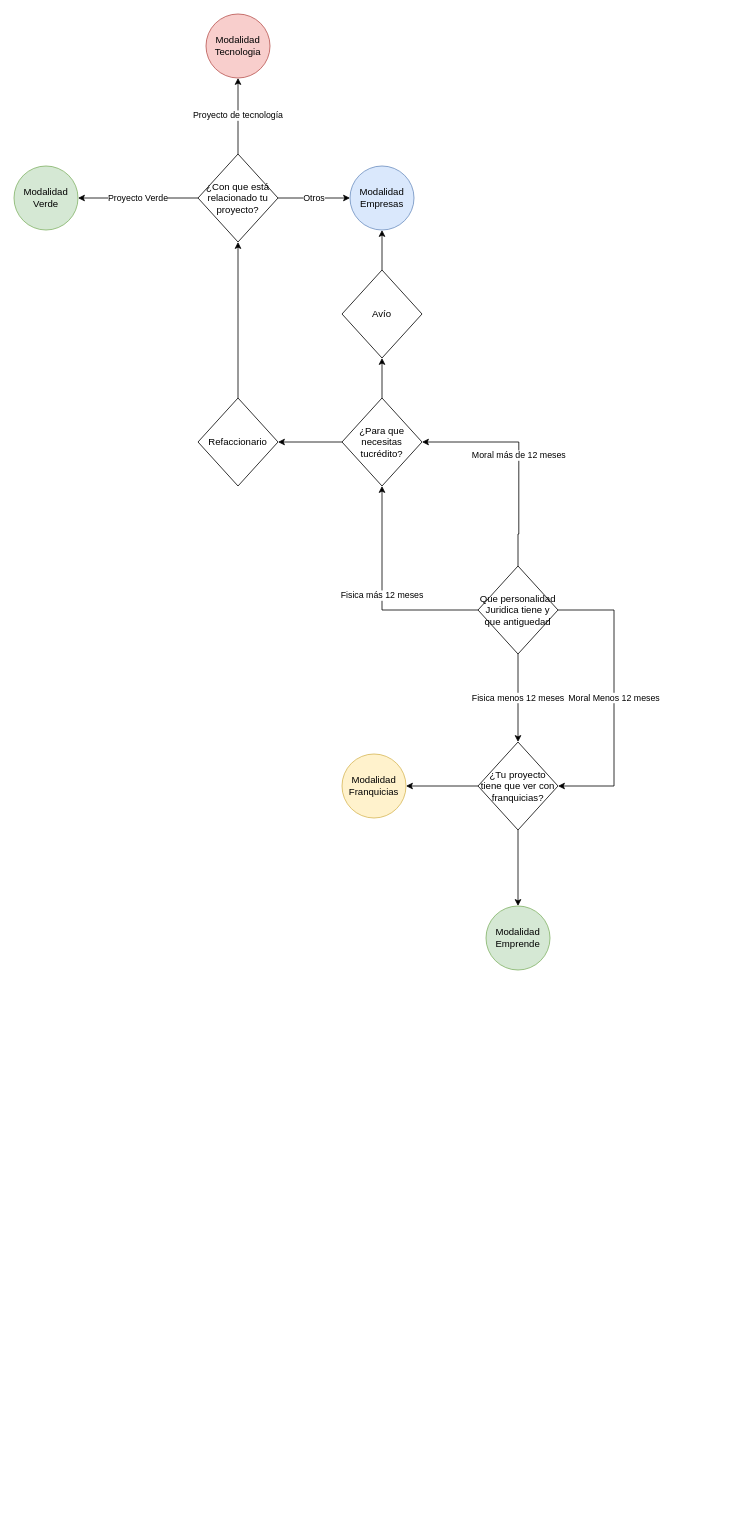
Before: Modalidad.drawio in FideapechSIDE/DiagramasDeFlujo, a draw.io diagram. Source tidied: cells renumbered, new cells numbered last; positions are measured from the earlier drawing's top-left corner, leaving out a move shared by most shapes. Both pictures are drawn from the tidied source at 80%, with x=0, y=0 at pixel (14, 14).
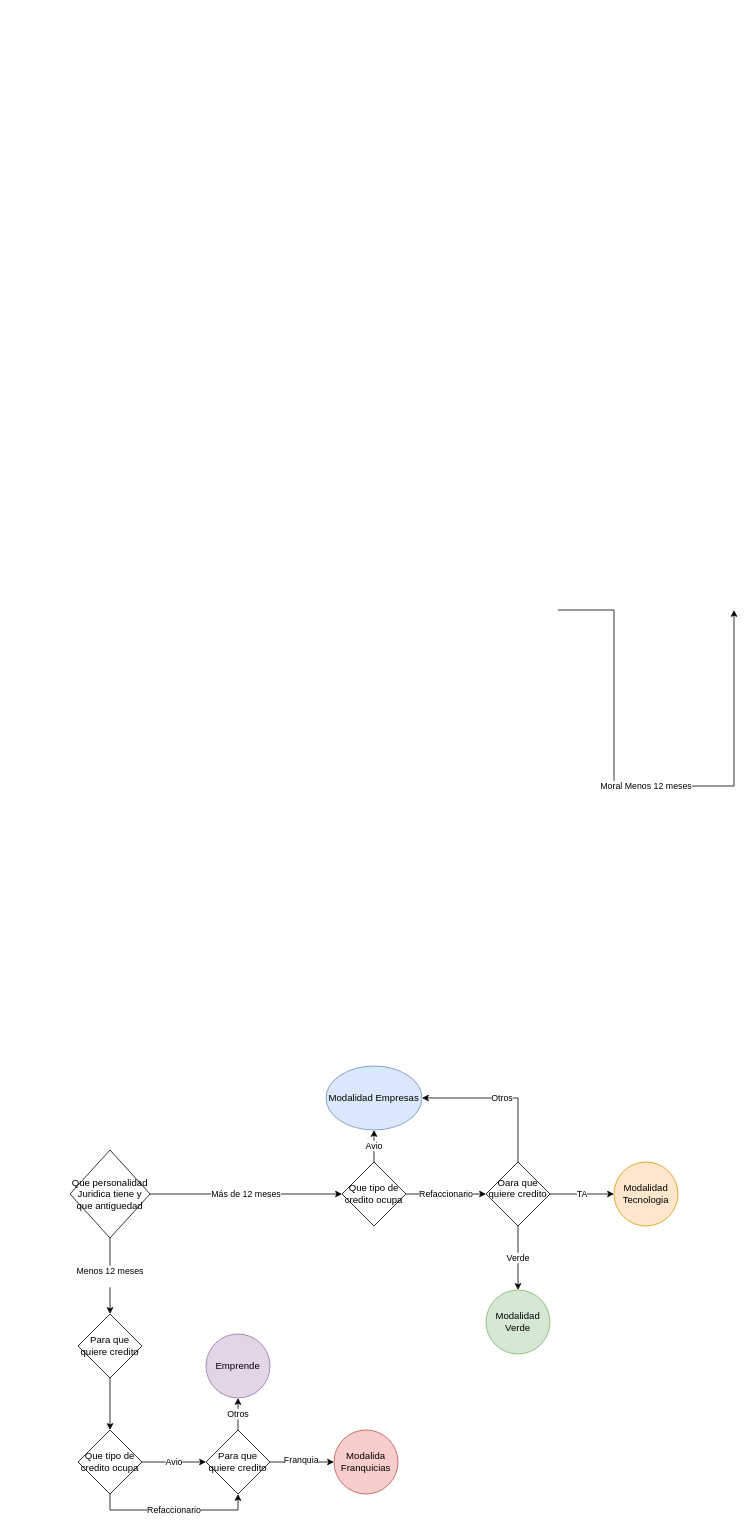
The same diagram, later.

The edit, as a diff of the source:
```diff
@@
-    <mxCell id="2" value="Moral más de 12 meses" style="edgeStyle=orthogonalEdgeStyle;rounded=0;jettySize=auto;html=1;entryX=1;entryY=0.5;entryDx=0;entryDy=0;" parent="1" edge="1" source="6" target="12">
-      <mxGeometry relative="1" as="geometry">
-        <Array as="points">
-          <mxPoint x="630" y="650" />
-          <mxPoint x="631" y="650" />
-          <mxPoint x="631" y="535" />
-        </Array>
-      </mxGeometry>
-    </mxCell>
-    <mxCell id="3" value="Moral Menos 12 meses" style="edgeStyle=orthogonalEdgeStyle;rounded=0;jettySize=auto;html=1;entryX=1;entryY=0.5;entryDx=0;entryDy=0;" parent="1" edge="1" source="6" target="9">
+    <mxCell id="3" value="Moral Menos 12 meses" style="edgeStyle=orthogonalEdgeStyle;rounded=0;orthogonalLoop=1;jettySize=auto;html=1;entryX=1;entryY=0.5;entryDx=0;entryDy=0;" parent="1" edge="1">
       <mxGeometry relative="1" as="geometry">
+        <mxPoint x="680" y="745" as="sourcePoint" />
+        <mxPoint x="900" y="745" as="targetPoint" />
         <Array as="points">
           <mxPoint x="750" y="745" />
           <mxPoint x="750" y="965" />
         </Array>
       </mxGeometry>
     </mxCell>
-    <mxCell id="4" value="&lt;div&gt;Fisica menos 12 meses&lt;/div&gt;" style="edgeStyle=orthogonalEdgeStyle;rounded=0;jettySize=auto;html=1;" parent="1" edge="1" source="6" target="9">
-      <mxGeometry relative="1" as="geometry" />
-    </mxCell>
-    <mxCell id="5" value="&lt;div&gt;Fisica más 12 meses&lt;/div&gt;" style="edgeStyle=orthogonalEdgeStyle;rounded=0;jettySize=auto;html=1;" parent="1" edge="1" source="6" target="12">
-      <mxGeometry relative="1" as="geometry" />
-    </mxCell>
+    <mxCell id="26" value="Más de 12 meses" style="edgeStyle=orthogonalEdgeStyle;rounded=0;jettySize=auto;html=1;" parent="1" edge="1" source="6" target="30">
+      <mxGeometry relative="1" as="geometry" />
+    </mxCell>
+    <mxCell id="27" value="&lt;div&gt;Menos 12 meses&lt;/div&gt;&lt;div&gt;&lt;br&gt;&lt;/div&gt;" style="edgeStyle=orthogonalEdgeStyle;rounded=0;jettySize=auto;html=1;" parent="1" edge="1" source="6" target="32">
+      <mxGeometry relative="1" as="geometry" />
+    </mxCell>
     <mxCell id="6" value="Que personalidad Juridica tiene y que antiguedad" style="rhombus;whiteSpace=wrap;html=1;" parent="1" vertex="1">
-      <mxGeometry x="580" y="690" width="100" height="110" as="geometry" />
+      <mxGeometry x="70" y="1420" width="100" height="110" as="geometry" />
     </mxCell>
-    <mxCell id="7" style="edgeStyle=orthogonalEdgeStyle;rounded=0;jettySize=auto;html=1;" parent="1" edge="1" source="9" target="13">
-      <mxGeometry relative="1" as="geometry" />
-    </mxCell>
-    <mxCell id="8" style="edgeStyle=orthogonalEdgeStyle;rounded=0;jettySize=auto;html=1;" parent="1" edge="1" source="9" target="14">
-      <mxGeometry relative="1" as="geometry" />
-    </mxCell>
-    <mxCell id="9" value="¿Tu proyecto tiene que ver con franquicias?" style="rhombus;whiteSpace=wrap;html=1;" parent="1" vertex="1">
-      <mxGeometry x="580" y="910" width="100" height="110" as="geometry" />
-    </mxCell>
-    <mxCell id="10" style="edgeStyle=orthogonalEdgeStyle;rounded=0;jettySize=auto;html=1;" parent="1" edge="1" source="12" target="16">
-      <mxGeometry relative="1" as="geometry" />
-    </mxCell>
-    <mxCell id="11" style="edgeStyle=orthogonalEdgeStyle;rounded=0;jettySize=auto;html=1;" parent="1" edge="1" source="12" target="19">
-      <mxGeometry relative="1" as="geometry" />
-    </mxCell>
-    <mxCell id="12" value="¿Para que necesitas tucrédito?" style="rhombus;whiteSpace=wrap;html=1;" parent="1" vertex="1">
-      <mxGeometry x="410" y="480" width="100" height="110" as="geometry" />
-    </mxCell>
-    <mxCell id="13" value="Modalidad Emprende" style="ellipse;whiteSpace=wrap;html=1;fillColor=#d5e8d4;strokeColor=#82b366;" parent="1" vertex="1">
-      <mxGeometry x="590" y="1115" width="80" height="80" as="geometry" />
-    </mxCell>
-    <mxCell id="14" value="Modalidad Franquicias" style="ellipse;whiteSpace=wrap;html=1;fillColor=#fff2cc;strokeColor=#d6b656;" parent="1" vertex="1">
-      <mxGeometry x="410" y="925" width="80" height="80" as="geometry" />
-    </mxCell>
-    <mxCell id="15" style="edgeStyle=orthogonalEdgeStyle;rounded=0;jettySize=auto;html=1;" parent="1" edge="1" source="16" target="17">
-      <mxGeometry relative="1" as="geometry" />
-    </mxCell>
-    <mxCell id="16" value="Avío" style="rhombus;whiteSpace=wrap;html=1;" parent="1" vertex="1">
-      <mxGeometry x="410" y="320" width="100" height="110" as="geometry" />
-    </mxCell>
+    <mxCell id="28" value="Avio" style="edgeStyle=orthogonalEdgeStyle;rounded=0;jettySize=auto;html=1;" parent="1" edge="1" source="30" target="17">
+      <mxGeometry relative="1" as="geometry" />
+    </mxCell>
+    <mxCell id="29" value="Refaccionario" style="edgeStyle=orthogonalEdgeStyle;rounded=0;jettySize=auto;html=1;" parent="1" edge="1" source="30" target="36">
+      <mxGeometry relative="1" as="geometry" />
+    </mxCell>
+    <mxCell id="30" value="Que tipo de credito ocupa" style="rhombus;whiteSpace=wrap;html=1;" parent="1" vertex="1">
+      <mxGeometry x="410" y="1435" width="80" height="80" as="geometry" />
+    </mxCell>
+    <mxCell id="31" style="edgeStyle=orthogonalEdgeStyle;rounded=0;jettySize=auto;html=1;" parent="1" edge="1" source="32" target="39">
+      <mxGeometry relative="1" as="geometry" />
+    </mxCell>
+    <mxCell id="32" value="Para que quiere credito" style="rhombus;whiteSpace=wrap;html=1;" parent="1" vertex="1">
+      <mxGeometry x="80" y="1625" width="80" height="80" as="geometry" />
+    </mxCell>
+    <mxCell id="33" value="&lt;div&gt;TA&lt;/div&gt;" style="edgeStyle=orthogonalEdgeStyle;rounded=0;jettySize=auto;html=1;" parent="1" edge="1" source="36" target="24">
+      <mxGeometry relative="1" as="geometry" />
+    </mxCell>
+    <mxCell id="34" value="Verde" style="edgeStyle=orthogonalEdgeStyle;rounded=0;jettySize=auto;html=1;" parent="1" edge="1" source="36" target="25">
+      <mxGeometry relative="1" as="geometry" />
+    </mxCell>
+    <mxCell id="35" value="Otros" style="edgeStyle=orthogonalEdgeStyle;rounded=0;jettySize=auto;html=1;entryX=1;entryY=0.5;entryDx=0;entryDy=0;" parent="1" edge="1" source="36" target="17">
+      <mxGeometry relative="1" as="geometry">
+        <Array as="points">
+          <mxPoint x="630" y="1355" />
+        </Array>
+      </mxGeometry>
+    </mxCell>
+    <mxCell id="36" value="&lt;div&gt;Oara que quiere credito&lt;/div&gt;&lt;div&gt;&lt;br&gt;&lt;/div&gt;" style="rhombus;whiteSpace=wrap;html=1;" parent="1" vertex="1">
+      <mxGeometry x="590" y="1435" width="80" height="80" as="geometry" />
+    </mxCell>
+    <mxCell id="37" value="Avio" style="edgeStyle=orthogonalEdgeStyle;rounded=0;jettySize=auto;html=1;" parent="1" edge="1" source="39" target="42">
+      <mxGeometry relative="1" as="geometry" />
+    </mxCell>
+    <mxCell id="38" value="Refaccionario" style="edgeStyle=orthogonalEdgeStyle;rounded=0;jettySize=auto;html=1;entryX=0.5;entryY=1;entryDx=0;entryDy=0;" parent="1" edge="1" source="39" target="42">
+      <mxGeometry relative="1" as="geometry">
+        <Array as="points">
+          <mxPoint x="120" y="1870" />
+          <mxPoint x="280" y="1870" />
+        </Array>
+      </mxGeometry>
+    </mxCell>
+    <mxCell id="39" value="Que tipo de credito ocupa" style="rhombus;whiteSpace=wrap;html=1;" parent="1" vertex="1">
+      <mxGeometry x="80" y="1770" width="80" height="80" as="geometry" />
+    </mxCell>
+    <mxCell id="40" style="edgeStyle=orthogonalEdgeStyle;rounded=0;jettySize=auto;html=1;" parent="1" edge="1" source="42" target="43">
+      <mxGeometry relative="1" as="geometry" />
+    </mxCell>
+    <mxCell id="41" value="Franquia" style="edgeLabel;html=1;align=center;verticalAlign=middle;" parent="40" vertex="1">
+      <mxGeometry x="-0.05" y="3" relative="1" as="geometry" />
+    </mxCell>
+    <mxCell id="20" value="Otros" style="edgeStyle=orthogonalEdgeStyle;rounded=0;jettySize=auto;html=1;" parent="1" edge="1" source="42" target="44">
+      <mxGeometry relative="1" as="geometry" />
+    </mxCell>
+    <mxCell id="42" value="Para que quiere credito" style="rhombus;whiteSpace=wrap;html=1;" parent="1" vertex="1">
+      <mxGeometry x="240" y="1770" width="80" height="80" as="geometry" />
+    </mxCell>
+    <mxCell id="43" value="Modalida Franquicias" style="ellipse;whiteSpace=wrap;html=1;fillColor=#f8cecc;strokeColor=#b85450;" parent="1" vertex="1">
+      <mxGeometry x="400" y="1770" width="80" height="80" as="geometry" />
+    </mxCell>
+    <mxCell id="44" value="Emprende" style="ellipse;whiteSpace=wrap;html=1;fillColor=#e1d5e7;strokeColor=#9673a6;" parent="1" vertex="1">
+      <mxGeometry x="240" y="1650" width="80" height="80" as="geometry" />
+    </mxCell>
     <mxCell id="17" value="Modalidad Empresas" style="ellipse;whiteSpace=wrap;html=1;fillColor=#dae8fc;strokeColor=#6c8ebf;" parent="1" vertex="1">
-      <mxGeometry x="420" y="190" width="80" height="80" as="geometry" />
+      <mxGeometry x="390" y="1315" width="120" height="80" as="geometry" />
     </mxCell>
-    <mxCell id="18" style="edgeStyle=orthogonalEdgeStyle;rounded=0;jettySize=auto;html=1;" parent="1" edge="1" source="19" target="23">
-      <mxGeometry relative="1" as="geometry" />
-    </mxCell>
-    <mxCell id="19" value="Refaccionario" style="rhombus;whiteSpace=wrap;html=1;" parent="1" vertex="1">
-      <mxGeometry x="230" y="480" width="100" height="110" as="geometry" />
-    </mxCell>
-    <mxCell id="20" value="Otros" style="edgeStyle=orthogonalEdgeStyle;rounded=0;jettySize=auto;html=1;" parent="1" edge="1" source="23" target="17">
-      <mxGeometry relative="1" as="geometry" />
-    </mxCell>
-    <mxCell id="21" value="Proyecto de tecnología" style="edgeStyle=orthogonalEdgeStyle;rounded=0;jettySize=auto;html=1;" parent="1" edge="1" source="23" target="24">
-      <mxGeometry relative="1" as="geometry" />
-    </mxCell>
-    <mxCell id="22" value="Proyecto Verde" style="edgeStyle=orthogonalEdgeStyle;rounded=0;jettySize=auto;html=1;" parent="1" edge="1" source="23" target="25">
-      <mxGeometry relative="1" as="geometry" />
-    </mxCell>
-    <mxCell id="23" value="¿Con que está relacionado tu proyecto?" style="rhombus;whiteSpace=wrap;html=1;" parent="1" vertex="1">
-      <mxGeometry x="230" y="175" width="100" height="110" as="geometry" />
-    </mxCell>
-    <mxCell id="24" value="Modalidad Tecnologia" style="ellipse;whiteSpace=wrap;html=1;fillColor=#f8cecc;strokeColor=#b85450;" parent="1" vertex="1">
-      <mxGeometry x="240" width="80" height="80" as="geometry" />
+    <mxCell id="24" value="Modalidad Tecnologia" style="ellipse;whiteSpace=wrap;html=1;fillColor=#ffe6cc;strokeColor=#d79b00;" parent="1" vertex="1">
+      <mxGeometry x="750" y="1435" width="80" height="80" as="geometry" />
     </mxCell>
     <mxCell id="25" value="Modalidad Verde" style="ellipse;whiteSpace=wrap;html=1;fillColor=#d5e8d4;strokeColor=#82b366;" parent="1" vertex="1">
-      <mxGeometry y="190" width="80" height="80" as="geometry" />
+      <mxGeometry x="590" y="1595" width="80" height="80" as="geometry" />
     </mxCell>
```
